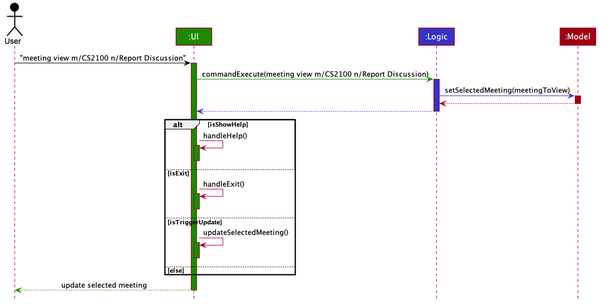
This is docs/images/ViewMeetingSequenceDiagram.png from nus-cs2103-AY2021S1/tp, a PlantUML export, as it was before one commit.
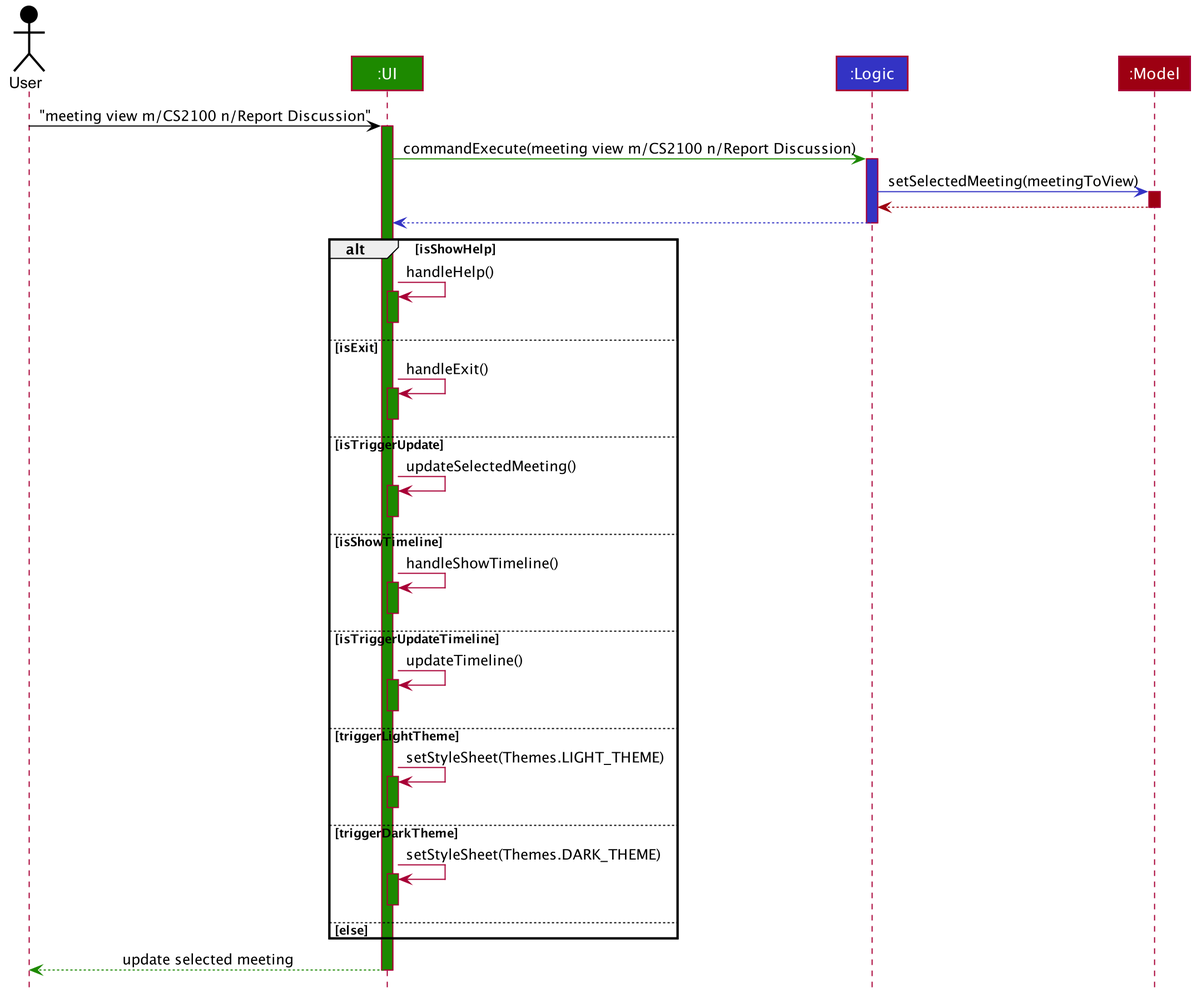
Later version of the same file.

Commit message:
Update sequence diagrams with updated else clauses

What changed in the source:
```diff
@@ -80,6 +80,22 @@
     ui-> ui : updateSelectedMeeting()
     activate ui #1D8900
     deactivate ui #1D8900
+else isShowTimeline
+    ui-> ui : handleShowTimeline()
+    activate ui #1D8900
+    deactivate ui #1D8900
+else isTriggerUpdateTimeline
+    ui-> ui : updateTimeline()
+    activate ui #1D8900
+    deactivate ui #1D8900
+else triggerLightTheme
+    ui-> ui : setStyleSheet(Themes.LIGHT_THEME)
+    activate ui #1D8900
+    deactivate ui #1D8900
+else triggerDarkTheme
+    ui-> ui : setStyleSheet(Themes.DARK_THEME)
+    activate ui #1D8900
+    deactivate ui #1D8900
 else else
 end
 
```
